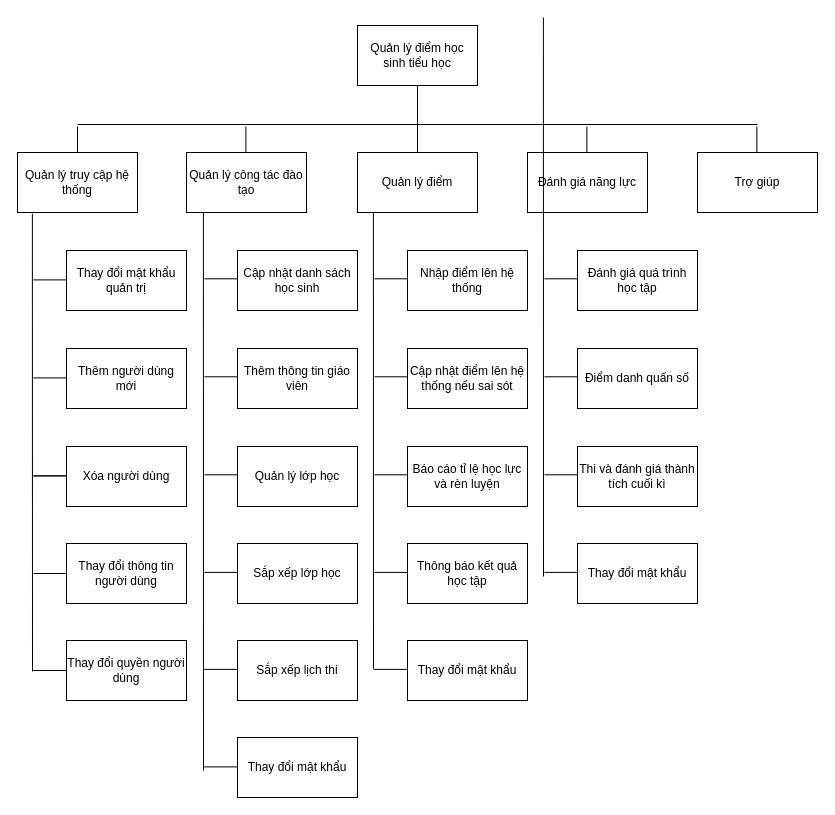
This is 4.4.1.drawio from TLGKien/graph, a draw.io file, before an edit. Source tidied: cells renumbered, new cells numbered last; positions are measured from the earlier drawing's top-left corner, leaving out a move shared by most shapes. Both pictures are drawn from the tidied source at 100%, with x=0, y=0 at pixel (17, 17).
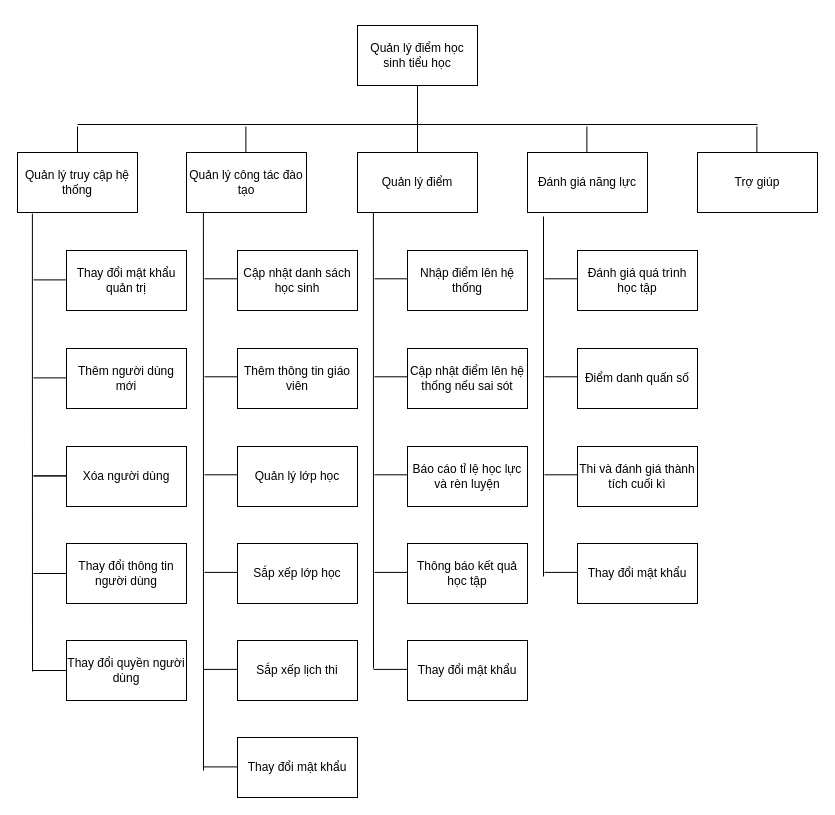
Above is the later version.

The edit, as a diff of the source:
```diff
@@
-    <mxCell id="53" style="endArrow=none;html=1;entryX=0.124;entryY=1.019;entryDx=0;entryDy=0;entryPerimeter=0;" parent="1" edge="1">
+    <mxCell id="53" style="endArrow=none;html=1;" parent="1" edge="1">
       <mxGeometry relative="1" as="geometry">
         <mxPoint x="526" y="559" as="sourcePoint" />
-        <mxPoint x="525.9" as="targetPoint" />
+        <mxPoint x="526" y="199" as="targetPoint" />
       </mxGeometry>
     </mxCell>
```
